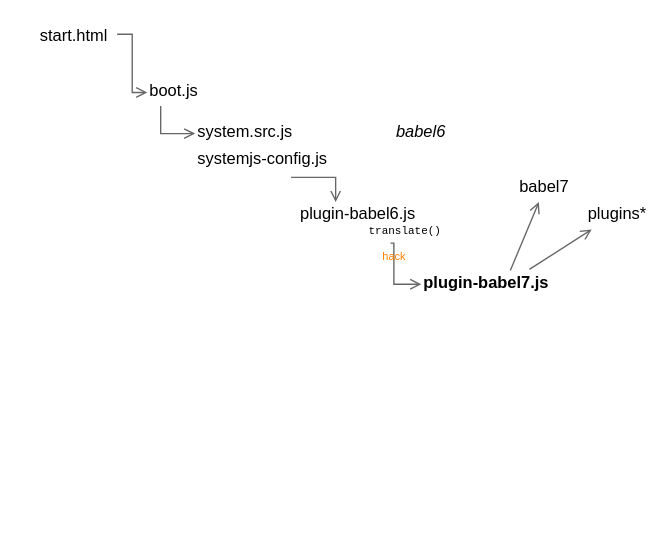
Earlier version of the draw.io diagram doc/babel/babel.drawio (LivelyKernel/lively4-core). Source tidied: cells renumbered, new cells numbered last; positions are measured from the earlier drawing's top-left corner, leaving out a move shared by most shapes. Both pictures are drawn from the tidied source at 137%, with x=0, y=0 at pixel (37, 23).
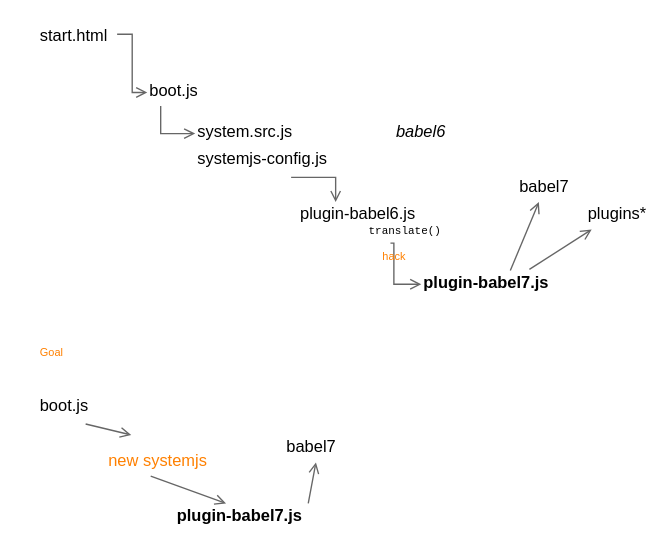
Above is the later version.

What changed in the source:
```diff
@@
+    <mxCell id="19" value="Goal" style="text;html=1;align=center;verticalAlign=middle;strokeColor=none;fillColor=none;fontSize=8;fontFamily=Helvetica;fontColor=#FF8000;fontStyle=0;" parent="1" vertex="1">
+      <mxGeometry x="-10" y="230" width="40" height="20" as="geometry" />
+    </mxCell>
+    <mxCell id="20" style="edgeStyle=none;shape=connector;rounded=0;jettySize=auto;html=1;exitX=0.25;exitY=1;exitDx=0;exitDy=0;labelBackgroundColor=default;strokeColor=#666666;fontFamily=Helvetica;fontSize=8;fontColor=#FF8000;endArrow=open;endFill=0;" parent="1" edge="1" source="21">
+      <mxGeometry relative="1" as="geometry">
+        <mxPoint x="68.3" y="300" as="targetPoint" />
+      </mxGeometry>
+    </mxCell>
+    <mxCell id="21" value="boot.js" style="text;whiteSpace=wrap;html=1;fontSize=12;fontFamily=Helvetica;fontColor=default;spacingLeft=0;spacingRight=0;spacing=2;spacingBottom=0;spacingTop=-5;" parent="1" vertex="1">
+      <mxGeometry y="270" width="140" height="22" as="geometry" />
+    </mxCell>
+    <mxCell id="22" value="babel7" style="text;strokeColor=none;fillColor=none;align=left;verticalAlign=top;spacingLeft=0;spacingRight=0;overflow=hidden;points=[[0,0.5],[1,0.5]];portConstraint=eastwest;whiteSpace=wrap;html=1;labelPosition=center;verticalLabelPosition=middle;spacing=2;spacingBottom=0;spacingTop=-5;" parent="1" vertex="1">
+      <mxGeometry x="180" y="300" width="50" height="20" as="geometry" />
+    </mxCell>
+    <mxCell id="23" style="edgeStyle=none;shape=connector;rounded=0;jettySize=auto;html=1;exitX=0.75;exitY=0;exitDx=0;exitDy=0;labelBackgroundColor=default;strokeColor=#666666;fontFamily=Helvetica;fontSize=8;fontColor=#FF8000;endArrow=open;endFill=0;" parent="1" edge="1" source="24" target="22">
+      <mxGeometry relative="1" as="geometry" />
+    </mxCell>
+    <mxCell id="24" value="plugin-babel7.js" style="text;whiteSpace=wrap;html=1;fontSize=12;fontFamily=Helvetica;fontColor=default;spacingLeft=0;spacingRight=0;spacing=2;spacingBottom=0;spacingTop=-5;fontStyle=1;" parent="1" vertex="1">
+      <mxGeometry x="100" y="350" width="130" height="20" as="geometry" />
+    </mxCell>
+    <mxCell id="25" style="edgeStyle=none;shape=connector;rounded=0;jettySize=auto;html=1;exitX=0.25;exitY=1;exitDx=0;exitDy=0;labelBackgroundColor=default;strokeColor=#666666;fontFamily=Helvetica;fontSize=8;fontColor=#FF8000;endArrow=open;endFill=0;" parent="1" edge="1" source="26" target="24">
+      <mxGeometry relative="1" as="geometry" />
+    </mxCell>
+    <mxCell id="26" value="new systemjs" style="text;whiteSpace=wrap;html=1;fontSize=12;fontFamily=Helvetica;fontColor=#FF8000;spacingLeft=0;spacingRight=0;spacing=2;spacingBottom=0;spacingTop=-5;fontStyle=0;" parent="1" vertex="1">
+      <mxGeometry x="50" y="310" width="130" height="20" as="geometry" />
+    </mxCell>
```
